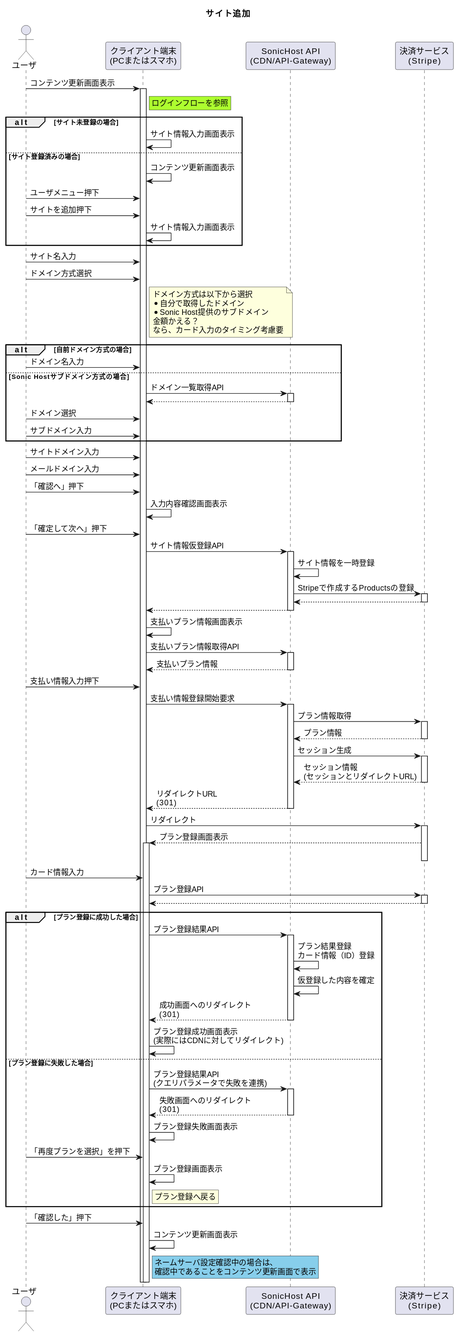
Sonic-Host/documents keeps this PlantUML diagram as 01_Sequences/03_SiteRegistration/01_AddSite/addSiteFlow.svg. Above is the earlier version.
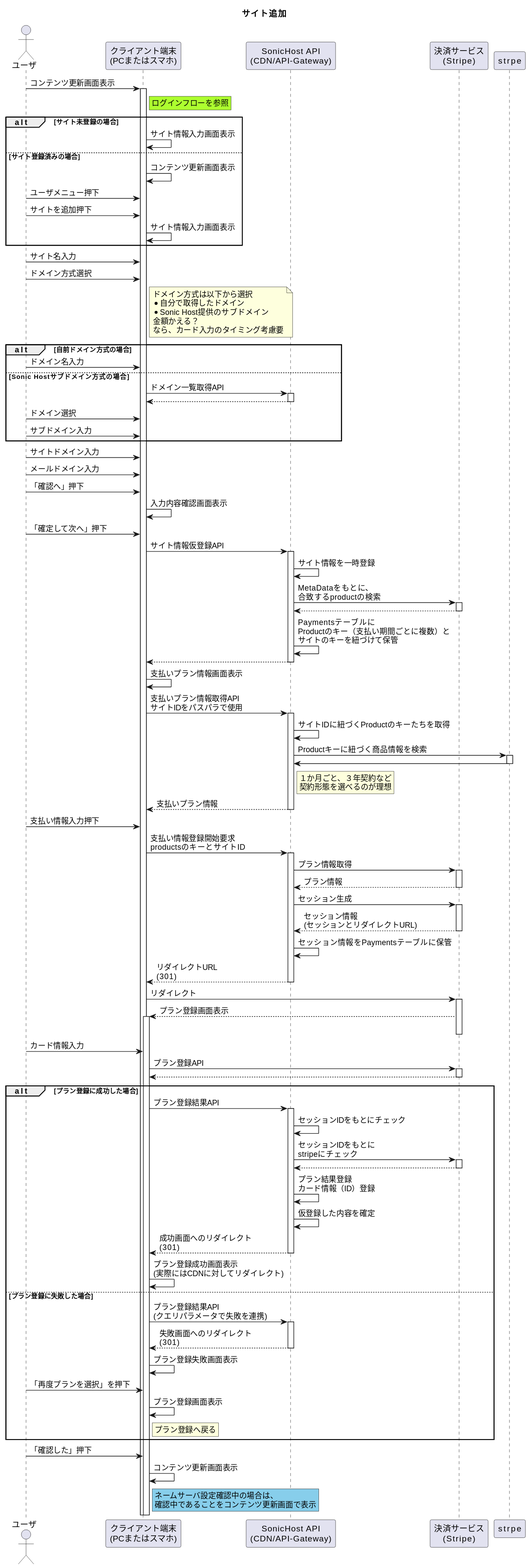
After the commit.

The edit, as a diff of the source:
```diff
@@ -44,18 +44,27 @@
 user -> device : 「確定して次へ」押下
 device -> api ++ : サイト情報仮登録API
 api -> api  : サイト情報を一時登録
-api -> stripe ++ : Stripeで作成するProductsの登録
+api -> stripe ++ : MetaDataをもとに、\n合致するproductの検索
 api <-- stripe --
+api -> api : Paymentsテーブルに\nProductのキー（支払い期間ごとに複数）と\nサイトのキーを紐づけて保管
 device <-- api --
 device -> device : 支払いプラン情報画面表示
-device -> api ++ : 支払いプラン情報取得API
+device -> api ++ : 支払いプラン情報取得API\nサイトIDをパスパラで使用
+api -> api : サイトIDに紐づくProductのキーたちを取得
+api -> strpe ++ : Productキーに紐づく商品情報を検索
+api <- strpe --
+rnote right of api
+    １か月ごと、３年契約など
+    契約形態を選べるのが理想
+end note
 device <-- api -- : 支払いプラン情報
 user -> device : 支払い情報入力押下
-device -> api ++ : 支払い情報登録開始要求
+device -> api ++ : 支払い情報登録開始要求\nproductsのキーとサイトID
 api -> stripe ++ : プラン情報取得
 api <-- stripe -- : プラン情報
 api -> stripe ++ : セッション生成
 api <-- stripe -- : セッション情報\n(セッションとリダイレクトURL)
+api -> api : セッション情報をPaymentsテーブルに保管
 device <-- api -- : リダイレクトURL\n(301)
 device -> stripe ++ : リダイレクト
 device <-- stripe ++-- : プラン登録画面表示
@@ -64,6 +73,9 @@
 device <-- stripe --
 alt プラン登録に成功した場合
     device -> api ++ : プラン登録結果API
+    api -> api : セッションIDをもとにチェック
+    api -> stripe ++ : セッションIDをもとに\nstripeにチェック
+    api <-- stripe --
     api -> api : プラン結果登録\nカード情報（ID）登録
     api -> api : 仮登録した内容を確定
     device <-- api -- : 成功画面へのリダイレクト\n(301)
```
